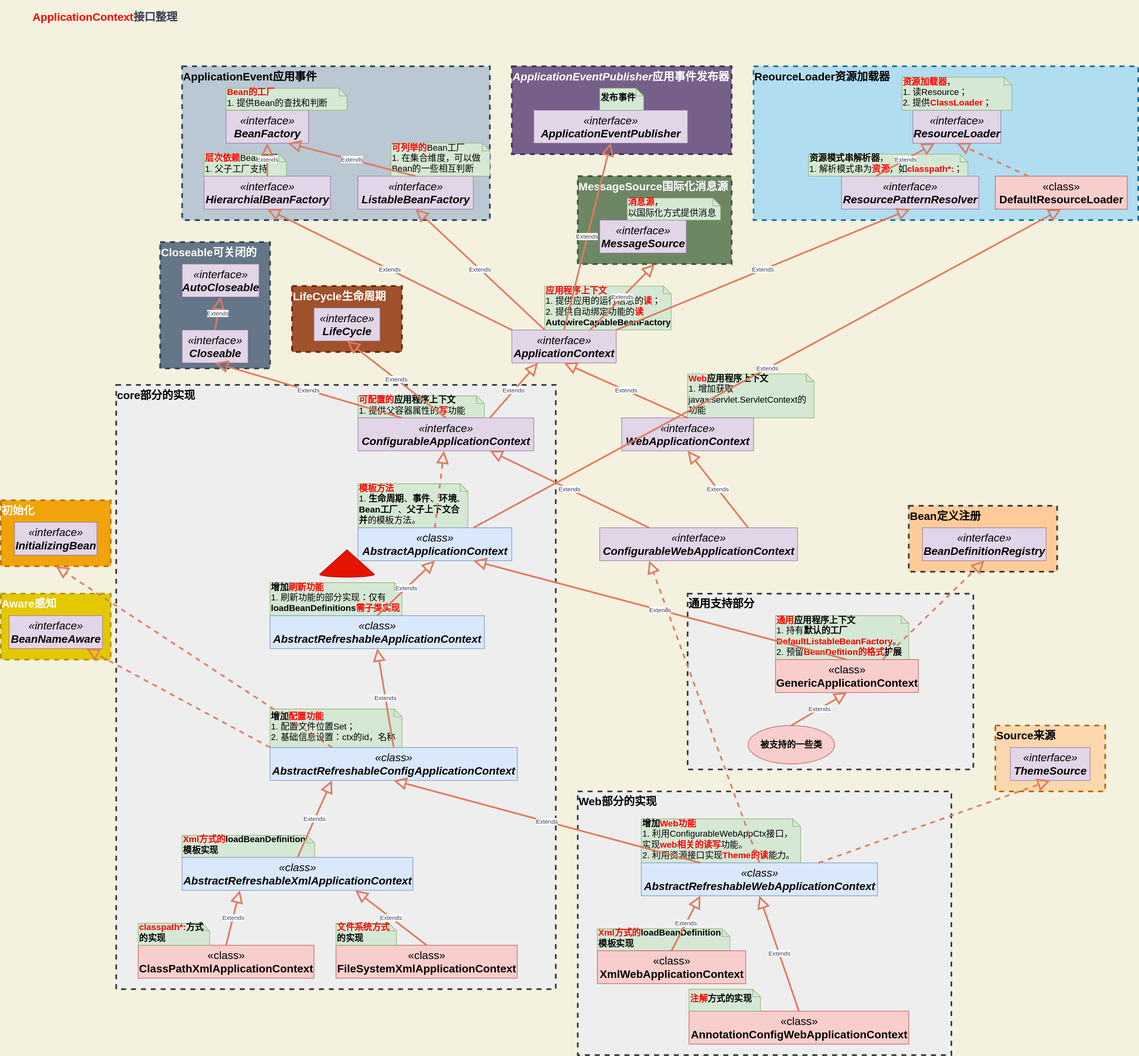
Above: src/main/resources/doc/ref/04_1_1_ApplicationContext体系.svg in Jinhua-Lee/spring-learning (draw.io), before the change. Source tidied: cells renumbered, new cells last; positions are measured from the earlier drawing's top-left corner, leaving out a move shared by most shapes.
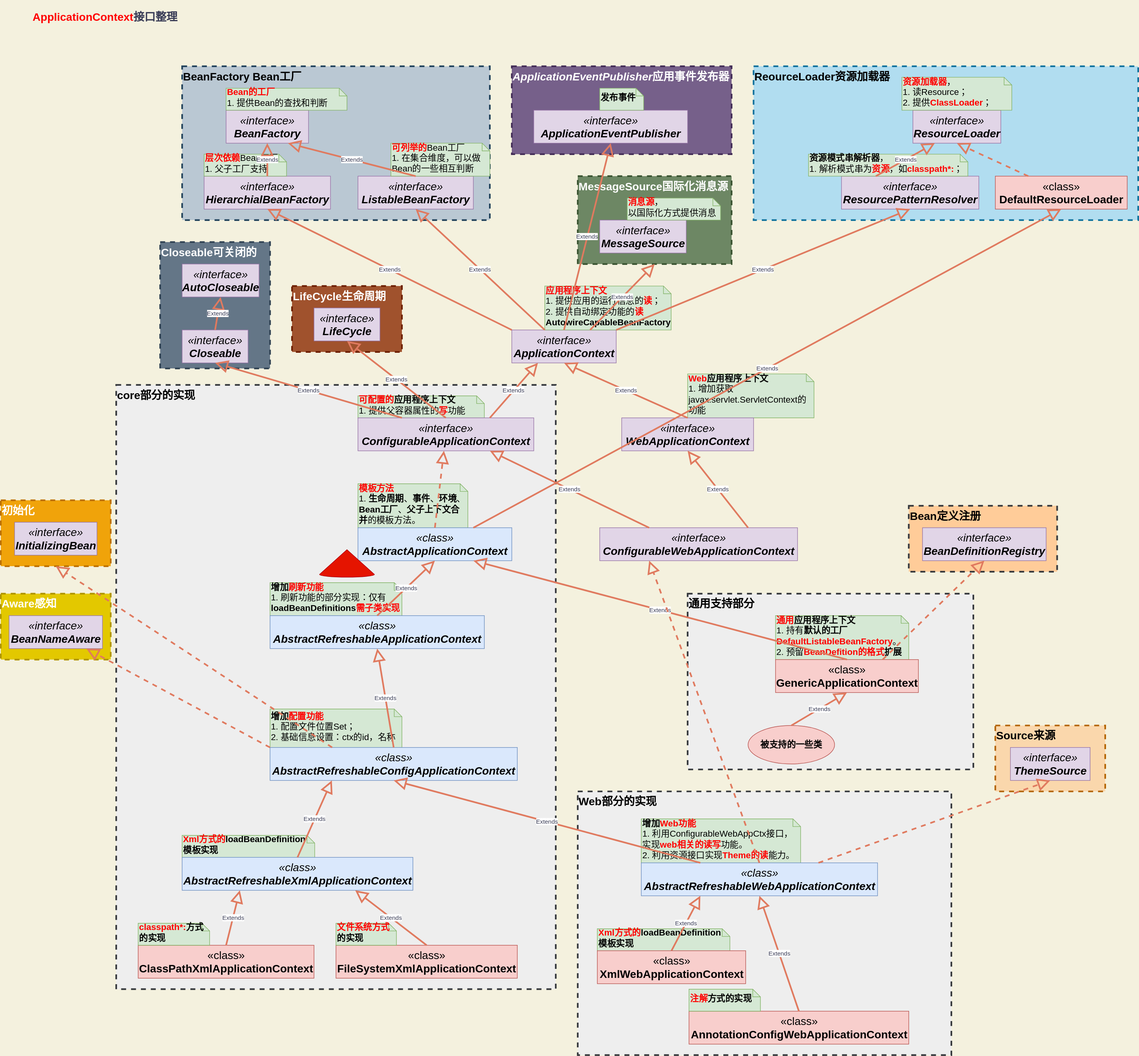
Later version of the same file.

What changed in the source:
```diff
@@ -53,7 +53,7 @@
     <mxCell id="18" value="&lt;font style=&quot;font-size: 20px&quot;&gt;&lt;b&gt;MessageSource国际化消息源&lt;/b&gt;&lt;/font&gt;" style="rounded=0;whiteSpace=wrap;html=1;dashed=1;sketch=0;strokeColor=#3A5431;strokeWidth=3;fillColor=#6d8764;align=left;verticalAlign=top;fontColor=#ffffff;" parent="1" vertex="1">
       <mxGeometry x="1050" y="320" width="280" height="160" as="geometry" />
     </mxCell>
-    <mxCell id="19" value="&lt;font style=&quot;font-size: 20px&quot;&gt;&lt;b&gt;ApplicationEvent应用事件&lt;/b&gt;&lt;/font&gt;" style="rounded=0;whiteSpace=wrap;html=1;dashed=1;sketch=0;strokeColor=#23445d;strokeWidth=3;fillColor=#bac8d3;align=left;verticalAlign=top;" parent="1" vertex="1">
+    <mxCell id="19" value="&lt;font style=&quot;font-size: 20px&quot;&gt;&lt;b&gt;BeanFactory Bean工厂&lt;/b&gt;&lt;/font&gt;" style="rounded=0;whiteSpace=wrap;html=1;dashed=1;sketch=0;strokeColor=#23445d;strokeWidth=3;fillColor=#bac8d3;align=left;verticalAlign=top;" parent="1" vertex="1">
       <mxGeometry x="330" y="120" width="560" height="280" as="geometry" />
     </mxCell>
     <mxCell id="20" value="&lt;font style=&quot;font-size: 20px&quot;&gt;&lt;i&gt;«interface»&lt;br&gt;&lt;b&gt;BeanFactory&lt;/b&gt;&lt;/i&gt;&lt;/font&gt;" style="html=1;rounded=0;sketch=0;strokeColor=#9673a6;fillColor=#e1d5e7;" parent="1" vertex="1">
```
